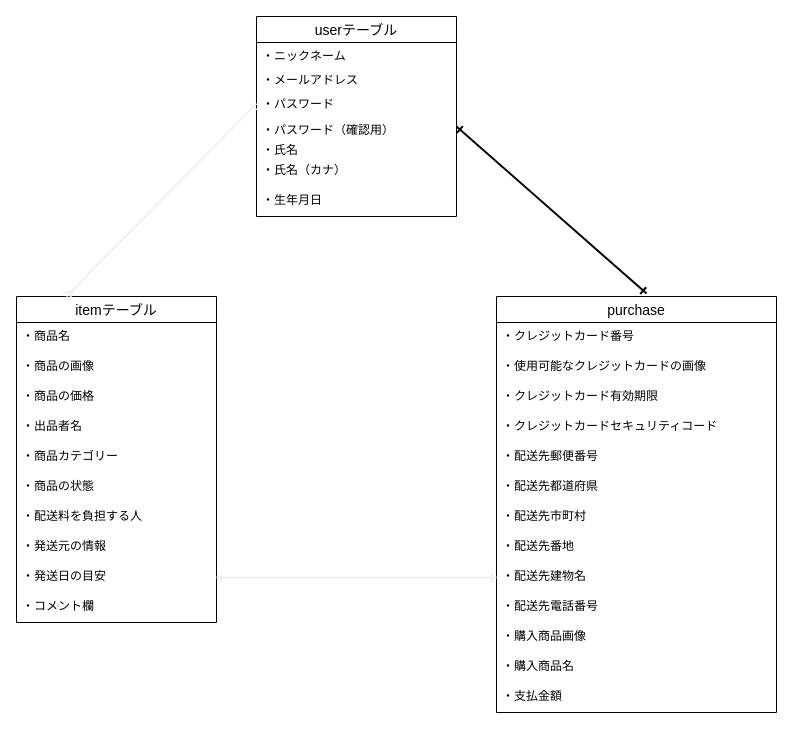
Before: furima35256.dio in riyo-y/furima-35256, a draw.io diagram. Source tidied: cells renumbered, new cells numbered last; positions are measured from the earlier drawing's top-left corner, leaving out a move shared by most shapes. Both pictures are drawn from the tidied source at 100%, with x=0, y=0 at pixel (16, 16).
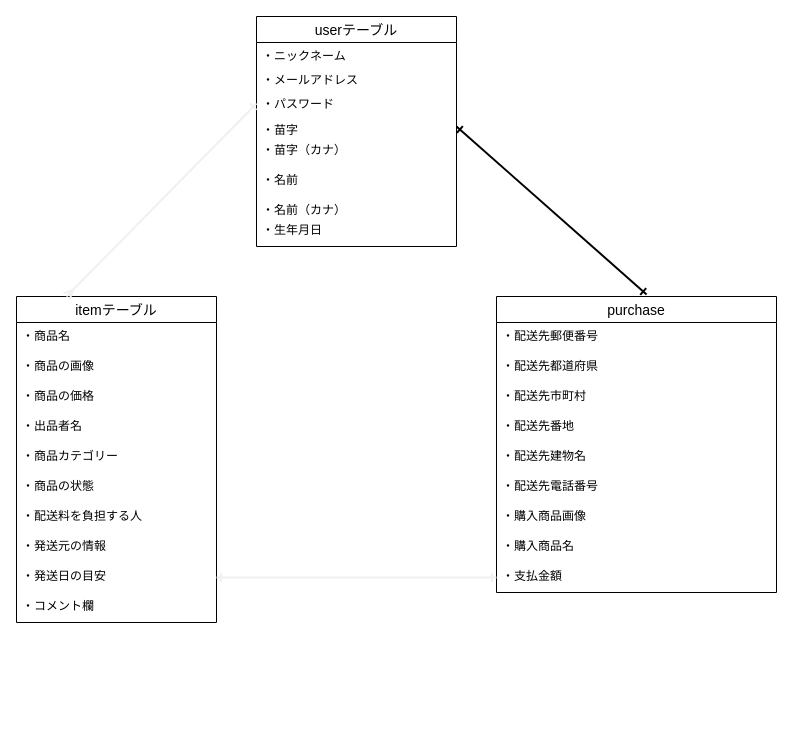
Above is the later version.

Commit message (it also covers changes not shown here):
ER図とREADMEの修正

Unchanged cells that the change refers to:
```xml
<mxCell id="19" value="・発送日の目安" style="text;strokeColor=none;fillColor=none;spacingLeft=4;spacingRight=4;overflow=hidden;points=[[0,0.5],[1,0.5]];portConstraint=eastwest;fontSize=12;" parent="10" vertex="1">
  <mxGeometry y="266" width="200" height="30" as="geometry" />
</mxCell>
```

The edit, as a diff of the source:
```diff
@@
     <mxCell id="2" value="userテーブル" style="swimlane;fontStyle=0;horizontal=1;startSize=26;align=center;fontSize=14;" parent="1" vertex="1">
-      <mxGeometry x="240" width="200" height="200" as="geometry" />
+      <mxGeometry x="240" width="200" height="230" as="geometry" />
     </mxCell>
@@
-    <mxCell id="6" value="・パスワード（確認用）" style="text;strokeColor=none;fillColor=none;spacingLeft=4;spacingRight=4;overflow=hidden;points=[[0,0.5],[1,0.5]];portConstraint=eastwest;fontSize=12;" parent="2" vertex="1">
-      <mxGeometry y="100" width="200" height="20" as="geometry" />
-    </mxCell>
-    <mxCell id="7" value="・氏名" style="text;strokeColor=none;fillColor=none;spacingLeft=4;spacingRight=4;overflow=hidden;fontSize=12;" parent="2" vertex="1">
-      <mxGeometry y="120" width="200" height="20" as="geometry" />
+    <mxCell id="7" value="・苗字" style="text;strokeColor=none;fillColor=none;spacingLeft=4;spacingRight=4;overflow=hidden;fontSize=12;" parent="2" vertex="1">
+      <mxGeometry y="100" width="200" height="20" as="geometry" />
     </mxCell>
-    <mxCell id="8" value="・氏名（カナ）" style="text;strokeColor=none;fillColor=none;spacingLeft=4;spacingRight=4;overflow=hidden;fontSize=12;" parent="2" vertex="1">
-      <mxGeometry y="140" width="200" height="30" as="geometry" />
+    <mxCell id="8" value="・苗字（カナ）" style="text;strokeColor=none;fillColor=none;spacingLeft=4;spacingRight=4;overflow=hidden;fontSize=12;" parent="2" vertex="1">
+      <mxGeometry y="120" width="200" height="30" as="geometry" />
     </mxCell>
-    <mxCell id="9" value="・生年月日&#10;" style="text;strokeColor=none;fillColor=none;spacingLeft=4;spacingRight=4;overflow=hidden;fontSize=12;" parent="2" vertex="1">
-      <mxGeometry y="170" width="200" height="30" as="geometry" />
+    <mxCell id="9" value="・名前&#10;" style="text;strokeColor=none;fillColor=none;spacingLeft=4;spacingRight=4;overflow=hidden;fontSize=12;" parent="2" vertex="1">
+      <mxGeometry y="150" width="200" height="30" as="geometry" />
     </mxCell>
+    <mxCell id="38" value="・名前（カナ）" style="text;strokeColor=none;fillColor=none;spacingLeft=4;spacingRight=4;overflow=hidden;fontSize=12;" parent="2" vertex="1">
+      <mxGeometry y="180" width="200" height="20" as="geometry" />
+    </mxCell>
+    <mxCell id="39" value="・生年月日&#10;" style="text;strokeColor=none;fillColor=none;spacingLeft=4;spacingRight=4;overflow=hidden;fontSize=12;" parent="2" vertex="1">
+      <mxGeometry y="200" width="200" height="30" as="geometry" />
+    </mxCell>
@@
     <mxCell id="21" value="purchase" style="swimlane;fontStyle=0;horizontal=1;startSize=26;align=center;fontSize=14;" parent="1" vertex="1">
-      <mxGeometry x="480" y="280" width="280" height="416" as="geometry" />
+      <mxGeometry x="480" y="280" width="280" height="296" as="geometry" />
     </mxCell>
-    <mxCell id="22" value="・クレジットカード番号" style="text;strokeColor=none;fillColor=none;spacingLeft=4;spacingRight=4;overflow=hidden;fontSize=12;" parent="21" vertex="1">
-      <mxGeometry y="26" width="280" height="30" as="geometry" />
-    </mxCell>
-    <mxCell id="23" value="・使用可能なクレジットカードの画像" style="text;strokeColor=none;fillColor=none;spacingLeft=4;spacingRight=4;overflow=hidden;fontSize=12;" parent="21" vertex="1">
-      <mxGeometry y="56" width="280" height="30" as="geometry" />
-    </mxCell>
-    <mxCell id="24" value="・クレジットカード有効期限&#10;" style="text;strokeColor=none;fillColor=none;spacingLeft=4;spacingRight=4;overflow=hidden;fontSize=12;" parent="21" vertex="1">
-      <mxGeometry y="86" width="280" height="30" as="geometry" />
-    </mxCell>
-    <mxCell id="25" value="・クレジットカードセキュリティコード&#10;" style="text;strokeColor=none;fillColor=none;spacingLeft=4;spacingRight=4;overflow=hidden;fontSize=12;" parent="21" vertex="1">
-      <mxGeometry y="116" width="280" height="30" as="geometry" />
-    </mxCell>
     <mxCell id="26" value="・配送先郵便番号&#10;&#10;&#10;" style="text;strokeColor=none;fillColor=none;spacingLeft=4;spacingRight=4;overflow=hidden;fontSize=12;" parent="21" vertex="1">
-      <mxGeometry y="146" width="280" height="30" as="geometry" />
+      <mxGeometry y="26" width="280" height="30" as="geometry" />
     </mxCell>
     <mxCell id="27" value="・配送先都道府県&#10;" style="text;strokeColor=none;fillColor=none;spacingLeft=4;spacingRight=4;overflow=hidden;fontSize=12;" parent="21" vertex="1">
-      <mxGeometry y="176" width="280" height="30" as="geometry" />
+      <mxGeometry y="56" width="280" height="30" as="geometry" />
     </mxCell>
     <mxCell id="28" value="・配送先市町村" style="text;strokeColor=none;fillColor=none;spacingLeft=4;spacingRight=4;overflow=hidden;fontSize=12;" parent="21" vertex="1">
-      <mxGeometry y="206" width="280" height="30" as="geometry" />
+      <mxGeometry y="86" width="280" height="30" as="geometry" />
     </mxCell>
     <mxCell id="29" value="・配送先番地&#10;" style="text;strokeColor=none;fillColor=none;spacingLeft=4;spacingRight=4;overflow=hidden;fontSize=12;" parent="21" vertex="1">
-      <mxGeometry y="236" width="280" height="30" as="geometry" />
+      <mxGeometry y="116" width="280" height="30" as="geometry" />
     </mxCell>
     <mxCell id="30" value="・配送先建物名&#10;" style="text;strokeColor=none;fillColor=none;spacingLeft=4;spacingRight=4;overflow=hidden;points=[[0,0.5],[1,0.5]];portConstraint=eastwest;fontSize=12;" parent="21" vertex="1">
-      <mxGeometry y="266" width="280" height="30" as="geometry" />
+      <mxGeometry y="146" width="280" height="30" as="geometry" />
     </mxCell>
     <mxCell id="31" value="・配送先電話番号&#10;" style="text;strokeColor=none;fillColor=none;spacingLeft=4;spacingRight=4;overflow=hidden;fontSize=12;" parent="21" vertex="1">
-      <mxGeometry y="296" width="280" height="30" as="geometry" />
+      <mxGeometry y="176" width="280" height="30" as="geometry" />
     </mxCell>
     <mxCell id="32" value="・購入商品画像" style="text;strokeColor=none;fillColor=none;spacingLeft=4;spacingRight=4;overflow=hidden;fontSize=12;" parent="21" vertex="1">
-      <mxGeometry y="326" width="280" height="30" as="geometry" />
+      <mxGeometry y="206" width="280" height="30" as="geometry" />
     </mxCell>
     <mxCell id="33" value="・購入商品名" style="text;strokeColor=none;fillColor=none;spacingLeft=4;spacingRight=4;overflow=hidden;fontSize=12;" parent="21" vertex="1">
-      <mxGeometry y="356" width="280" height="30" as="geometry" />
+      <mxGeometry y="236" width="280" height="30" as="geometry" />
     </mxCell>
     <mxCell id="34" value="・支払金額&#10;" style="text;strokeColor=none;fillColor=none;spacingLeft=4;spacingRight=4;overflow=hidden;points=[[0,0.5],[1,0.5]];portConstraint=eastwest;fontSize=12;" parent="21" vertex="1">
-      <mxGeometry y="386" width="280" height="30" as="geometry" />
+      <mxGeometry y="266" width="280" height="30" as="geometry" />
     </mxCell>
-    <mxCell id="35" style="fontSize=12;html=1;endArrow=ERone;endFill=0;strokeColor=#f0f0f0;strokeWidth=2;startArrow=ERone;startFill=0;exitX=1;exitY=0.5;exitDx=0;exitDy=0;entryX=0;entryY=0.5;entryDx=0;entryDy=0;" parent="1" edge="1" source="19" target="30">
+    <mxCell id="35" style="fontSize=12;html=1;endArrow=ERone;endFill=0;strokeColor=#f0f0f0;strokeWidth=2;startArrow=ERone;startFill=0;exitX=1;exitY=0.5;exitDx=0;exitDy=0;entryX=0;entryY=0.5;entryDx=0;entryDy=0;" parent="1" edge="1" source="19" target="34">
       <mxGeometry relative="1" as="geometry" />
     </mxCell>
@@
-    <mxCell id="37" style="fontSize=12;html=1;endArrow=ERone;endFill=1;entryX=0.536;entryY=-0.007;entryDx=0;entryDy=0;entryPerimeter=0;exitX=1;exitY=0.5;exitDx=0;exitDy=0;startArrow=ERone;startFill=0;strokeWidth=2;" parent="1" edge="1" source="6" target="21">
-      <mxGeometry relative="1" as="geometry" />
+    <mxCell id="37" style="fontSize=12;html=1;endArrow=ERone;endFill=1;entryX=0.536;entryY=-0.007;entryDx=0;entryDy=0;entryPerimeter=0;exitX=1;exitY=0.5;exitDx=0;exitDy=0;startArrow=ERone;startFill=0;strokeWidth=2;" parent="1" edge="1" target="21">
+      <mxGeometry relative="1" as="geometry">
+        <mxPoint x="440" y="110" as="sourcePoint" />
+      </mxGeometry>
     </mxCell>
```
